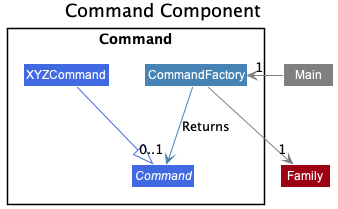
The PlantUML diagram docs/images/CommandsClassDiagram.png in nus-cs2113-AY2122S2/tp, before a commit.
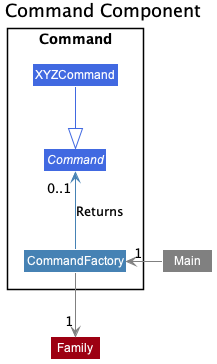
Later version of the same file.

The edit, as a diff of the source:
```diff
@@ -15,8 +15,8 @@
 class Main #grey
 class Family MODEL_COLOR
 
-XYZCommand -[COMMAND_COLOR_T1]-|> Command
-CommandFactory -[COMMAND_COLOR]->"0..1" Command : Returns
+XYZCommand -down[COMMAND_COLOR_T1]-|> Command
+CommandFactory -up[COMMAND_COLOR]->"0..1" Command : Returns
 
 Main -[#grey]left->"1" CommandFactory
  CommandFactory -[#grey]->"1" Family
```
